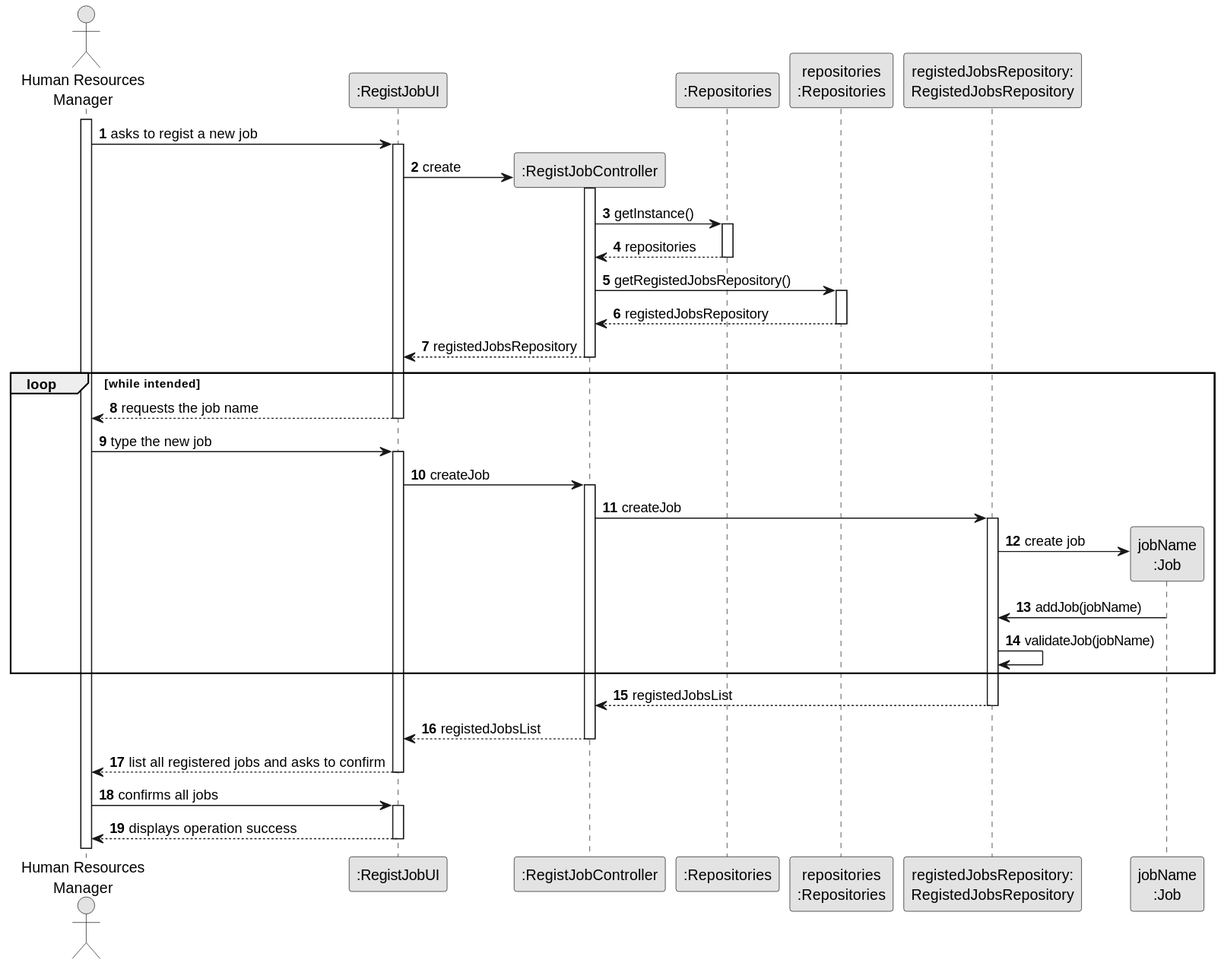
The PlantUML diagram docs/sprint2/us002/03.design/svg/us002-sequence-diagram-full.svg in 1231360-ISEP/lei-24-s2-1db-g021, before a commit.
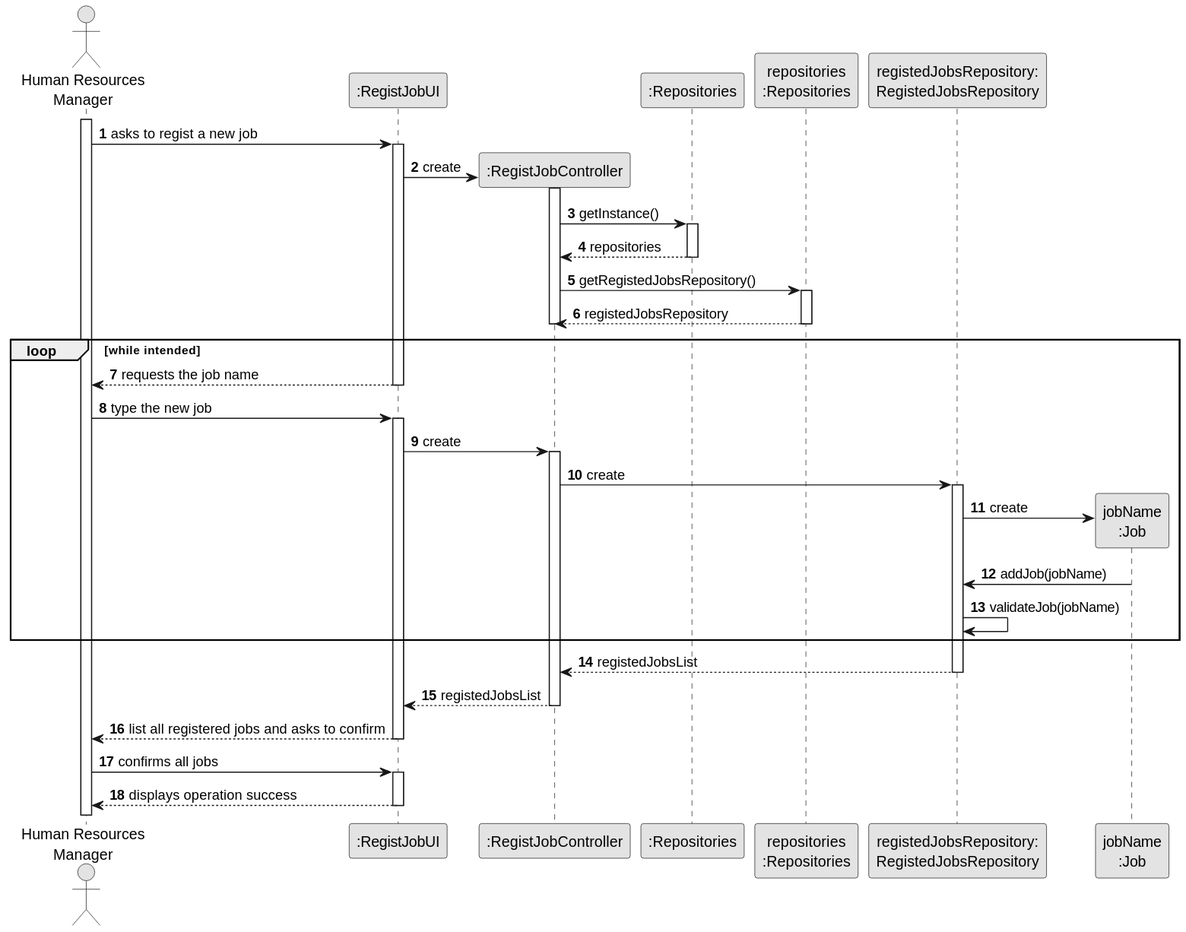
After the change.

Change to the diagram source:
```diff
@@ -34,7 +34,6 @@
             PLAT --> CTRL: registedJobsRepository
         deactivate PLAT
 
-        UI <-- CTRL : registedJobsRepository
         deactivate CTRL
 
     loop while intended
@@ -43,15 +42,14 @@
 
         HRM -> UI : type the new job
         activate UI
-            UI -> CTRL: createJob
+            UI -> CTRL: create
         activate CTRL
 
-
-            CTRL -> RegistedJobsRepository : createJob
+            CTRL -> RegistedJobsRepository : create
 
             activate RegistedJobsRepository
 
-                RegistedJobsRepository -> PROFISSAO**: create job
+                RegistedJobsRepository -> PROFISSAO**: create
                 PROFISSAO -> RegistedJobsRepository: addJob(jobName)
 
                     RegistedJobsRepository -> RegistedJobsRepository: validateJob(jobName)
```
